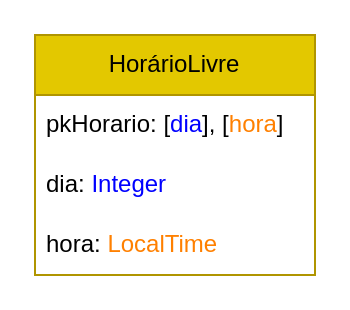
The draw.io diagram page "Horário" (3 of 4) of documentação/ideias/diagrama_de_projeto.drawio in Creath-Noite-A/Agendamento-Documentacao, before the edit. Source tidied: cells renumbered, new cells numbered last; positions are measured from the earlier drawing's top-left corner, leaving out a move shared by most shapes. Both pictures are drawn from the tidied source at 200%, with x=0, y=0 at pixel (34, 34).
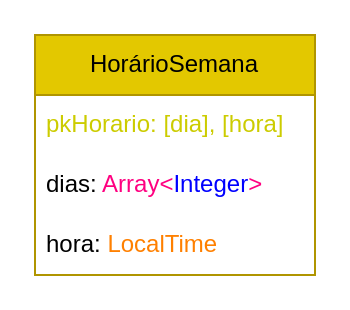
The same page after the edit.

Change to the diagram source:
```diff
@@
 <mxGraphModel>
   <root>
     <mxCell id="0" />
     <mxCell id="1" parent="0" />
-    <mxCell id="2" value="HorárioLivre" style="swimlane;fontStyle=0;horizontal=1;startSize=30;whiteSpace=wrap;html=1;fillColor=#e3c800;strokeColor=#B09500;fontColor=#000000;" parent="1" vertex="1">
+    <mxCell id="2" value="HorárioSemana" style="swimlane;fontStyle=0;horizontal=1;startSize=30;whiteSpace=wrap;html=1;fillColor=#e3c800;strokeColor=#B09500;fontColor=#000000;" parent="1" vertex="1">
       <mxGeometry width="140" height="120" as="geometry" />
     </mxCell>
-    <mxCell id="3" value="pkHorario: [&lt;font color=&quot;#0000ff&quot;&gt;dia&lt;/font&gt;], [&lt;font color=&quot;#ff8000&quot;&gt;hora&lt;/font&gt;]" style="text;strokeColor=none;fillColor=none;align=left;verticalAlign=middle;spacingLeft=4;spacingRight=4;overflow=hidden;whiteSpace=wrap;html=1;" parent="2" vertex="1">
+    <mxCell id="3" value="pkHorario: [&lt;font&gt;dia&lt;/font&gt;], [&lt;font&gt;hora&lt;/font&gt;]" style="text;strokeColor=none;fillColor=none;align=left;verticalAlign=middle;spacingLeft=4;spacingRight=4;overflow=hidden;whiteSpace=wrap;html=1;fontColor=#CCCC00;" parent="2" vertex="1">
       <mxGeometry y="30" width="140" height="30" as="geometry" />
     </mxCell>
-    <mxCell id="4" value="dia: &lt;font color=&quot;#0000ff&quot;&gt;Integer&lt;/font&gt;" style="text;strokeColor=none;fillColor=none;align=left;verticalAlign=middle;spacingLeft=4;spacingRight=4;overflow=hidden;whiteSpace=wrap;html=1;" parent="2" vertex="1">
+    <mxCell id="4" value="dias: &lt;font color=&quot;#ff0080&quot;&gt;Array&amp;lt;&lt;/font&gt;&lt;font color=&quot;#0000ff&quot;&gt;Integer&lt;/font&gt;&lt;font color=&quot;#ff0080&quot;&gt;&amp;gt;&lt;/font&gt;" style="text;strokeColor=none;fillColor=none;align=left;verticalAlign=middle;spacingLeft=4;spacingRight=4;overflow=hidden;whiteSpace=wrap;html=1;" parent="2" vertex="1">
       <mxGeometry y="60" width="140" height="30" as="geometry" />
     </mxCell>
     <mxCell id="5" value="hora: &lt;font color=&quot;#ff8000&quot;&gt;LocalTime&lt;/font&gt;" style="text;strokeColor=none;fillColor=none;align=left;verticalAlign=middle;spacingLeft=4;spacingRight=4;overflow=hidden;whiteSpace=wrap;html=1;" parent="2" vertex="1">
       <mxGeometry y="90" width="140" height="30" as="geometry" />
     </mxCell>
   </root>
 </mxGraphModel>
```
